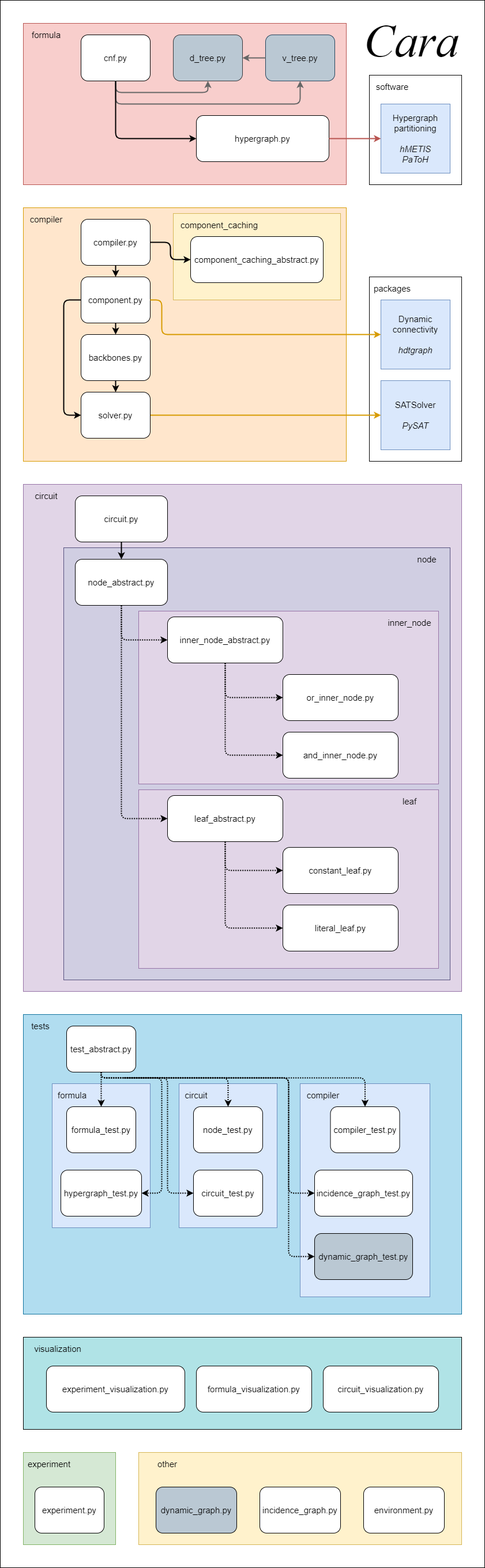
This is images/modules.png from Illner/Cara, a draw.io export, as it was before one commit. Source tidied: cells renumbered, new cells last; positions are measured from the earlier drawing's top-left corner, leaving out a move shared by most shapes.
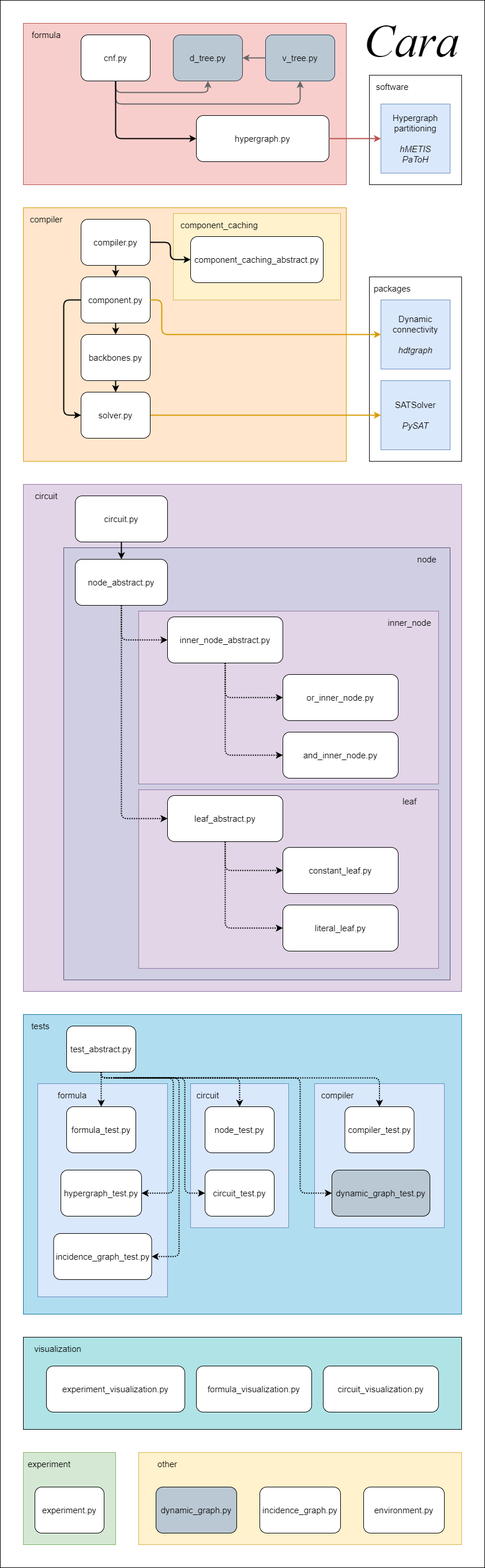
The same diagram one commit later.

Change to the diagram source:
```diff
@@ -121,7 +121,7 @@
       <mxGeometry x="115" y="1780" width="120" height="80" as="geometry" />
     </mxCell>
     <mxCell id="35" style="rounded=0;whiteSpace=wrap;html=1;strokeColor=#6c8ebf;fillColor=#dae8fc;" parent="1" vertex="1">
-      <mxGeometry x="90" y="1880" width="170" height="250" as="geometry" />
+      <mxGeometry x="65" y="1880" width="225" height="370" as="geometry" />
     </mxCell>
     <mxCell id="36" value="formula_test.py" style="rounded=1;whiteSpace=wrap;html=1;fontSize=15;" parent="1" vertex="1">
       <mxGeometry x="115" y="1920" width="120" height="80" as="geometry" />
@@ -130,22 +130,22 @@
       <mxGeometry x="105" y="1890" width="40" height="20" as="geometry" />
     </mxCell>
     <mxCell id="38" style="rounded=0;whiteSpace=wrap;html=1;strokeColor=#6c8ebf;fillColor=#dae8fc;" parent="1" vertex="1">
-      <mxGeometry x="520" y="1880" width="225" height="370" as="geometry" />
+      <mxGeometry x="545" y="1880" width="225" height="250" as="geometry" />
     </mxCell>
     <mxCell id="39" style="rounded=0;whiteSpace=wrap;html=1;strokeColor=#6c8ebf;fillColor=#dae8fc;" parent="1" vertex="1">
-      <mxGeometry x="310" y="1880" width="170" height="250" as="geometry" />
+      <mxGeometry x="330" y="1880" width="170" height="250" as="geometry" />
     </mxCell>
     <mxCell id="40" value="node_test.py" style="rounded=1;whiteSpace=wrap;html=1;fontSize=15;" parent="1" vertex="1">
-      <mxGeometry x="335" y="1920" width="120" height="80" as="geometry" />
+      <mxGeometry x="355" y="1920" width="120" height="80" as="geometry" />
     </mxCell>
     <mxCell id="41" value="compiler_test.py" style="rounded=1;whiteSpace=wrap;html=1;fontSize=15;" parent="1" vertex="1">
-      <mxGeometry x="572.5" y="1920" width="120" height="80" as="geometry" />
+      <mxGeometry x="597.5" y="1920" width="120" height="80" as="geometry" />
     </mxCell>
     <mxCell id="42" value="compiler" style="text;html=1;strokeColor=none;fillColor=none;align=center;verticalAlign=middle;whiteSpace=wrap;rounded=0;fontSize=15;" parent="1" vertex="1">
-      <mxGeometry x="540" y="1890" width="40" height="20" as="geometry" />
+      <mxGeometry x="565" y="1890" width="40" height="20" as="geometry" />
     </mxCell>
     <mxCell id="43" value="circuit" style="text;html=1;strokeColor=none;fillColor=none;align=center;verticalAlign=middle;whiteSpace=wrap;rounded=0;fontSize=15;" parent="1" vertex="1">
-      <mxGeometry x="320" y="1890" width="40" height="20" as="geometry" />
+      <mxGeometry x="340" y="1890" width="40" height="20" as="geometry" />
     </mxCell>
     <mxCell id="44" style="edgeStyle=elbowEdgeStyle;elbow=vertical;endArrow=classic;html=1;fontColor=#FFFFFF;exitX=0.5;exitY=1;exitDx=0;exitDy=0;entryX=0.5;entryY=0;entryDx=0;entryDy=0;strokeWidth=2;dashed=1;dashPattern=1 1;" parent="1" edge="1" source="34" target="41">
       <mxGeometry relative="1" as="geometry">
@@ -257,12 +257,13 @@
       <mxGeometry relative="1" as="geometry" />
     </mxCell>
     <mxCell id="68" value="circuit_test.py" style="rounded=1;whiteSpace=wrap;html=1;fontSize=15;" parent="1" vertex="1">
-      <mxGeometry x="335" y="2030" width="120" height="80" as="geometry" />
+      <mxGeometry x="355" y="2030" width="120" height="80" as="geometry" />
     </mxCell>
     <mxCell id="69" style="edgeStyle=elbowEdgeStyle;elbow=horizontal;endArrow=classic;html=1;entryX=0;entryY=0.5;entryDx=0;entryDy=0;strokeWidth=2;dashed=1;dashPattern=1 1;" parent="1" edge="1" target="68">
       <mxGeometry relative="1" as="geometry">
         <mxPoint x="180" y="1870" as="sourcePoint" />
         <Array as="points">
+          <mxPoint x="320" y="1950" />
           <mxPoint x="290" y="1980" />
           <mxPoint x="555" y="1940" />
           <mxPoint x="545" y="1960" />
@@ -330,6 +331,7 @@
       <mxGeometry relative="1" as="geometry">
         <mxPoint x="215" y="1870" as="sourcePoint" />
         <Array as="points">
+          <mxPoint x="300" y="1940" />
           <mxPoint x="280" y="1970" />
           <mxPoint x="515" y="1980" />
         </Array>
@@ -347,13 +349,13 @@
       </mxGeometry>
     </mxCell>
     <mxCell id="87" value="dynamic_graph_test.py" style="rounded=1;whiteSpace=wrap;html=1;fontSize=15;fillColor=#BAC8D3;" parent="1" vertex="1">
-      <mxGeometry x="545" y="2140" width="170" height="80" as="geometry" />
+      <mxGeometry x="575" y="2030" width="170" height="80" as="geometry" />
     </mxCell>
     <mxCell id="88" style="edgeStyle=elbowEdgeStyle;elbow=horizontal;endArrow=classic;html=1;entryX=0;entryY=0.5;entryDx=0;entryDy=0;strokeWidth=2;dashed=1;dashPattern=1 1;" parent="1" edge="1" target="87">
       <mxGeometry relative="1" as="geometry">
         <mxPoint x="215" y="1870" as="sourcePoint" />
         <Array as="points">
-          <mxPoint x="500" y="2010" />
+          <mxPoint x="520" y="2030" />
           <mxPoint x="305" y="1960" />
           <mxPoint x="315" y="1980" />
           <mxPoint x="305" y="1970" />
@@ -361,18 +363,16 @@
         </Array>
       </mxGeometry>
     </mxCell>
-    <mxCell id="89" value="incidence_graph_test.py" style="rounded=1;whiteSpace=wrap;html=1;fontSize=15;" parent="1" vertex="1">
-      <mxGeometry x="545" y="2030" width="170" height="80" as="geometry" />
-    </mxCell>
-    <mxCell id="90" style="edgeStyle=elbowEdgeStyle;elbow=horizontal;endArrow=classic;html=1;entryX=0;entryY=0.5;entryDx=0;entryDy=0;strokeWidth=2;dashed=1;dashPattern=1 1;" parent="1" edge="1" target="89">
+    <mxCell id="90" style="edgeStyle=elbowEdgeStyle;elbow=horizontal;endArrow=classic;html=1;entryX=1;entryY=0.5;entryDx=0;entryDy=0;strokeWidth=2;dashed=1;dashPattern=1 1;" parent="1" edge="1" target="89">
       <mxGeometry relative="1" as="geometry">
-        <mxPoint x="220" y="1870" as="sourcePoint" />
+        <mxPoint x="197.5" y="1870" as="sourcePoint" />
         <Array as="points">
-          <mxPoint x="500" y="1970" />
-          <mxPoint x="315" y="1970" />
-          <mxPoint x="325" y="1990" />
-          <mxPoint x="315" y="1980" />
-          <mxPoint x="275" y="1980" />
+          <mxPoint x="310" y="2140" />
+          <mxPoint x="477.5" y="1970" />
+          <mxPoint x="292.5" y="1970" />
+          <mxPoint x="302.5" y="1990" />
+          <mxPoint x="292.5" y="1980" />
+          <mxPoint x="252.5" y="1980" />
         </Array>
       </mxGeometry>
     </mxCell>
@@ -394,5 +394,8 @@
     <mxCell id="96" value="&lt;font style=&quot;font-size: 80px&quot;&gt;Cara&lt;/font&gt;" style="text;html=1;align=center;verticalAlign=middle;whiteSpace=wrap;rounded=0;fontFamily=Times New Roman;fontStyle=2;" parent="1" vertex="1">
       <mxGeometry x="692.5" y="60" width="40" height="20" as="geometry" />
     </mxCell>
+    <mxCell id="89" value="incidence_graph_test.py" style="rounded=1;whiteSpace=wrap;html=1;fontSize=15;" parent="1" vertex="1">
+      <mxGeometry x="92.5" y="2140" width="170" height="80" as="geometry" />
+    </mxCell>
   </root>
 </mxGraphModel>
```
